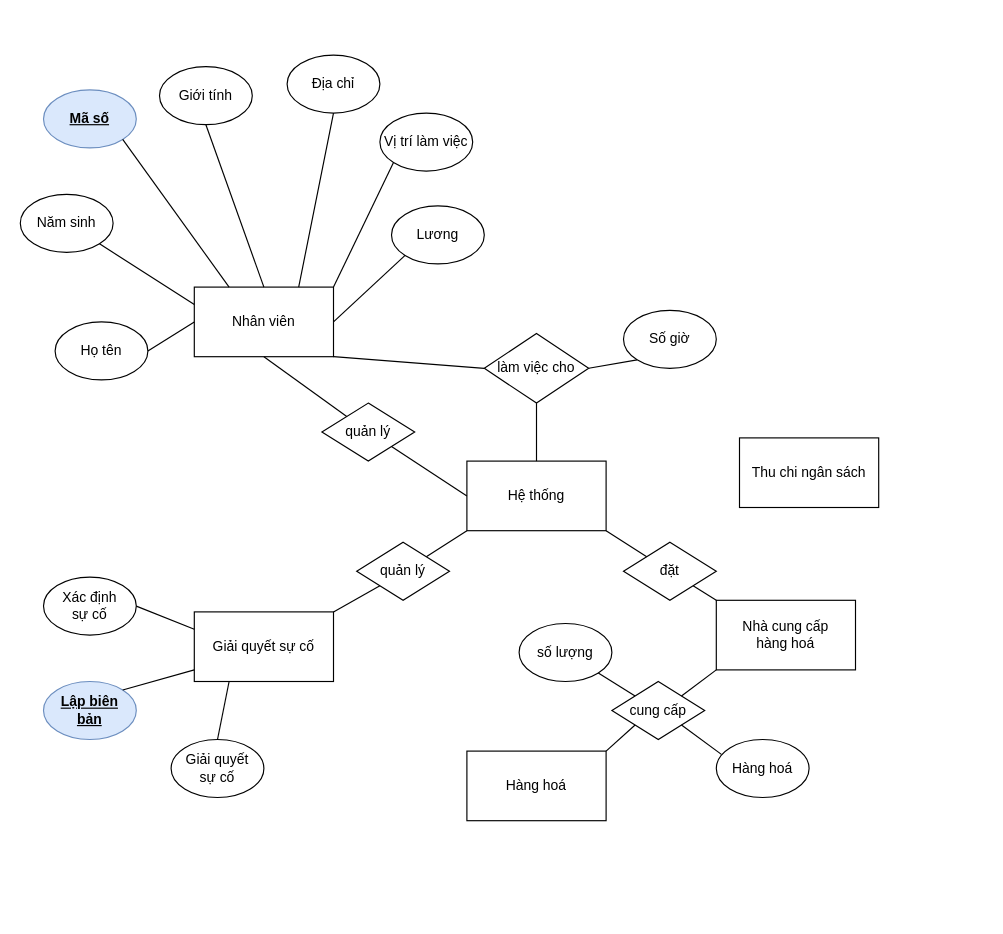
Before: Untitled Diagram.drawio in redduck-02/Project, a draw.io diagram. Source tidied: cells renumbered, new cells numbered last; positions are measured from the earlier drawing's top-left corner, leaving out a move shared by most shapes. Both pictures are drawn from the tidied source at 116%, with x=0, y=0 at pixel (20, 55).
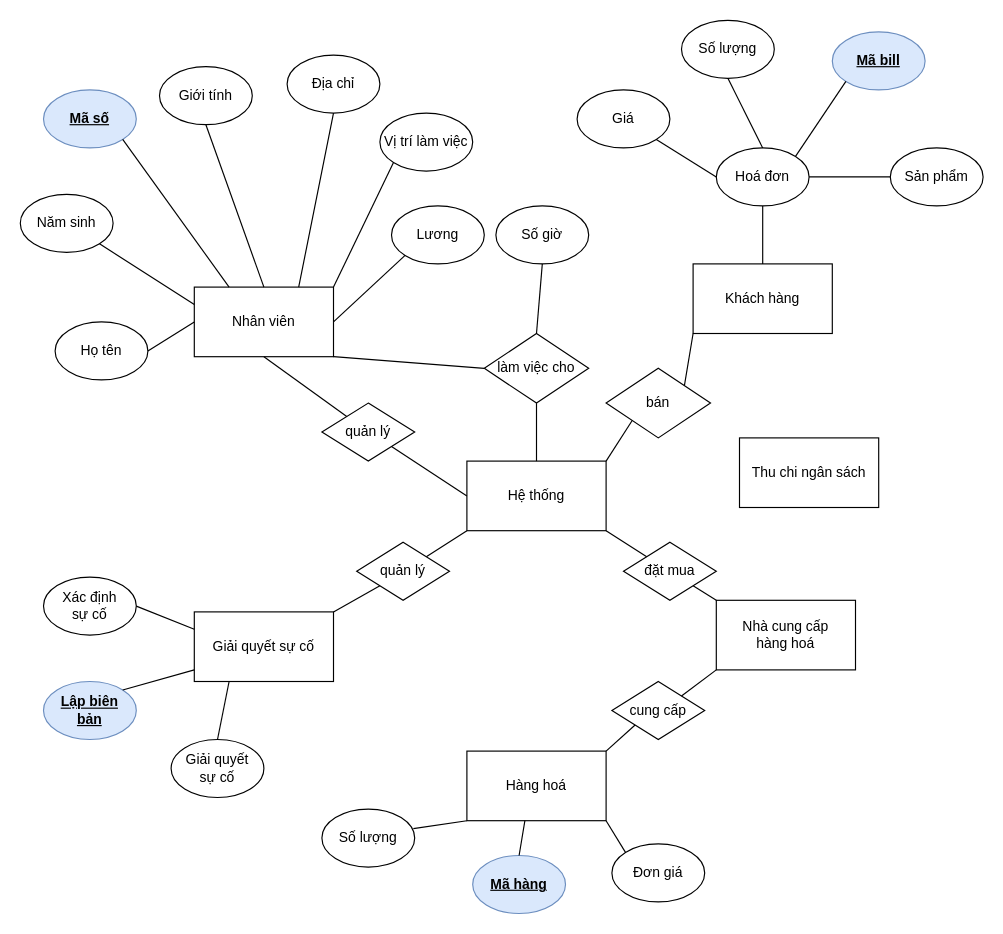
After the change.

The change refers to these unchanged cells:
```xml
<mxCell id="2" value="Hệ thống" style="rounded=0;whiteSpace=wrap;html=1;" parent="1" vertex="1">
  <mxGeometry x="385" y="350" width="120" height="60" as="geometry" />
</mxCell>
<mxCell id="23" value="làm việc cho" style="rhombus;whiteSpace=wrap;html=1;" parent="1" vertex="1">
  <mxGeometry x="400" y="240" width="90" height="60" as="geometry" />
</mxCell>
<mxCell id="42" value="Hàng hoá" style="rounded=0;whiteSpace=wrap;html=1;" parent="1" vertex="1">
  <mxGeometry x="385" y="600" width="120" height="60" as="geometry" />
</mxCell>
<mxCell id="43" value="cung cấp" style="rhombus;whiteSpace=wrap;html=1;" parent="1" vertex="1">
  <mxGeometry x="510" y="540" width="80" height="50" as="geometry" />
</mxCell>
```

The edit, as a diff of the source:
```diff
@@
     <mxCell id="26" value="Số giờ" style="ellipse;whiteSpace=wrap;html=1;" parent="1" vertex="1">
-      <mxGeometry x="520" y="220" width="80" height="50" as="geometry" />
+      <mxGeometry x="410" y="130" width="80" height="50" as="geometry" />
     </mxCell>
-    <mxCell id="27" style="endArrow=none;html=1;rounded=0;entryX=0;entryY=1;entryDx=0;entryDy=0;exitX=1;exitY=0.5;exitDx=0;exitDy=0;" parent="1" edge="1" source="23" target="26">
+    <mxCell id="27" style="endArrow=none;html=1;rounded=0;entryX=0.5;entryY=1;entryDx=0;entryDy=0;exitX=0.5;exitY=0;exitDx=0;exitDy=0;" parent="1" edge="1" source="23" target="26">
       <mxGeometry relative="1" as="geometry" />
     </mxCell>
@@
-    <mxCell id="39" value="đặt" style="rhombus;whiteSpace=wrap;html=1;" parent="1" vertex="1">
+    <mxCell id="39" value="đặt mua" style="rhombus;whiteSpace=wrap;html=1;" parent="1" vertex="1">
       <mxGeometry x="520" y="420" width="80" height="50" as="geometry" />
     </mxCell>
@@
-    <mxCell id="46" value="số lượng" style="ellipse;whiteSpace=wrap;html=1;" parent="1" vertex="1">
-      <mxGeometry x="430" y="490" width="80" height="50" as="geometry" />
+    <mxCell id="46" value="Số lượng" style="ellipse;whiteSpace=wrap;html=1;" parent="1" vertex="1">
+      <mxGeometry x="260" y="650" width="80" height="50" as="geometry" />
     </mxCell>
-    <mxCell id="47" value="Hàng hoá" style="ellipse;whiteSpace=wrap;html=1;" parent="1" vertex="1">
-      <mxGeometry x="600" y="590" width="80" height="50" as="geometry" />
+    <mxCell id="47" value="Đơn giá" style="ellipse;whiteSpace=wrap;html=1;" parent="1" vertex="1">
+      <mxGeometry x="510" y="680" width="80" height="50" as="geometry" />
     </mxCell>
-    <mxCell id="48" style="endArrow=none;html=1;rounded=0;entryX=1;entryY=1;entryDx=0;entryDy=0;exitX=0;exitY=0;exitDx=0;exitDy=0;" parent="1" edge="1" source="43" target="46">
+    <mxCell id="48" style="endArrow=none;html=1;rounded=0;entryX=0.985;entryY=0.336;entryDx=0;entryDy=0;exitX=0;exitY=1;exitDx=0;exitDy=0;entryPerimeter=0;" parent="1" edge="1" source="42" target="46">
       <mxGeometry relative="1" as="geometry" />
     </mxCell>
-    <mxCell id="49" style="endArrow=none;html=1;rounded=0;exitX=1;exitY=1;exitDx=0;exitDy=0;entryX=0.055;entryY=0.256;entryDx=0;entryDy=0;entryPerimeter=0;" parent="1" edge="1" source="43" target="47">
-      <mxGeometry relative="1" as="geometry" />
-    </mxCell>
+    <mxCell id="50" value="&lt;b&gt;&lt;u&gt;Mã hàng&lt;/u&gt;&lt;/b&gt;" style="ellipse;whiteSpace=wrap;html=1;fillColor=#dae8fc;strokeColor=#6c8ebf;" parent="1" vertex="1">
+      <mxGeometry x="390" y="690" width="80" height="50" as="geometry" />
+    </mxCell>
+    <mxCell id="51" style="endArrow=none;html=1;rounded=0;entryX=0.5;entryY=1;entryDx=0;entryDy=0;exitX=0.5;exitY=0;exitDx=0;exitDy=0;" parent="1" edge="1" source="50">
+      <mxGeometry relative="1" as="geometry">
+        <mxPoint x="435" y="660" as="targetPoint" />
+      </mxGeometry>
+    </mxCell>
+    <mxCell id="52" style="endArrow=none;html=1;rounded=0;entryX=1;entryY=1;entryDx=0;entryDy=0;exitX=0;exitY=0;exitDx=0;exitDy=0;" parent="1" edge="1" source="47" target="42">
+      <mxGeometry relative="1" as="geometry" />
+    </mxCell>
+    <mxCell id="53" value="Khách hàng" style="rounded=0;whiteSpace=wrap;html=1;" parent="1" vertex="1">
+      <mxGeometry x="580" y="180" width="120" height="60" as="geometry" />
+    </mxCell>
+    <mxCell id="54" value="bán" style="rhombus;whiteSpace=wrap;html=1;" parent="1" vertex="1">
+      <mxGeometry x="505" y="270" width="90" height="60" as="geometry" />
+    </mxCell>
+    <mxCell id="55" style="endArrow=none;html=1;rounded=0;entryX=0;entryY=1;entryDx=0;entryDy=0;exitX=1;exitY=0;exitDx=0;exitDy=0;" parent="1" edge="1" source="2" target="54">
+      <mxGeometry relative="1" as="geometry" />
+    </mxCell>
+    <mxCell id="56" style="endArrow=none;html=1;rounded=0;entryX=0;entryY=1;entryDx=0;entryDy=0;exitX=1;exitY=0;exitDx=0;exitDy=0;" parent="1" edge="1" source="54" target="53">
+      <mxGeometry relative="1" as="geometry" />
+    </mxCell>
+    <mxCell id="57" value="Hoá đơn" style="ellipse;whiteSpace=wrap;html=1;" parent="1" vertex="1">
+      <mxGeometry x="600" y="80" width="80" height="50" as="geometry" />
+    </mxCell>
+    <mxCell id="58" value="Giá" style="ellipse;whiteSpace=wrap;html=1;" parent="1" vertex="1">
+      <mxGeometry x="480" y="30" width="80" height="50" as="geometry" />
+    </mxCell>
+    <mxCell id="59" value="Sản phẩm" style="ellipse;whiteSpace=wrap;html=1;" parent="1" vertex="1">
+      <mxGeometry x="750" y="80" width="80" height="50" as="geometry" />
+    </mxCell>
+    <mxCell id="60" value="Số lượng" style="ellipse;whiteSpace=wrap;html=1;" parent="1" vertex="1">
+      <mxGeometry x="570" y="-30" width="80" height="50" as="geometry" />
+    </mxCell>
+    <mxCell id="61" value="&lt;b&gt;&lt;u&gt;Mã bill&lt;/u&gt;&lt;/b&gt;" style="ellipse;whiteSpace=wrap;html=1;fillColor=#dae8fc;strokeColor=#6c8ebf;" parent="1" vertex="1">
+      <mxGeometry x="700" y="-20" width="80" height="50" as="geometry" />
+    </mxCell>
+    <mxCell id="62" style="endArrow=none;html=1;rounded=0;entryX=0.5;entryY=0;entryDx=0;entryDy=0;exitX=0.5;exitY=1;exitDx=0;exitDy=0;" parent="1" edge="1" source="57" target="53">
+      <mxGeometry relative="1" as="geometry" />
+    </mxCell>
+    <mxCell id="63" style="endArrow=none;html=1;rounded=0;entryX=1;entryY=1;entryDx=0;entryDy=0;exitX=0;exitY=0.5;exitDx=0;exitDy=0;" parent="1" edge="1" source="57" target="58">
+      <mxGeometry relative="1" as="geometry" />
+    </mxCell>
+    <mxCell id="64" style="endArrow=none;html=1;rounded=0;entryX=0.5;entryY=1;entryDx=0;entryDy=0;exitX=0.5;exitY=0;exitDx=0;exitDy=0;" parent="1" edge="1" source="57" target="60">
+      <mxGeometry relative="1" as="geometry" />
+    </mxCell>
+    <mxCell id="65" style="endArrow=none;html=1;rounded=0;entryX=0;entryY=1;entryDx=0;entryDy=0;exitX=1;exitY=0;exitDx=0;exitDy=0;" parent="1" edge="1" source="57" target="61">
+      <mxGeometry relative="1" as="geometry" />
+    </mxCell>
+    <mxCell id="66" style="endArrow=none;html=1;rounded=0;exitX=1;exitY=0.5;exitDx=0;exitDy=0;entryX=0;entryY=0.5;entryDx=0;entryDy=0;" parent="1" edge="1" source="57" target="59">
+      <mxGeometry relative="1" as="geometry" />
+    </mxCell>
```
